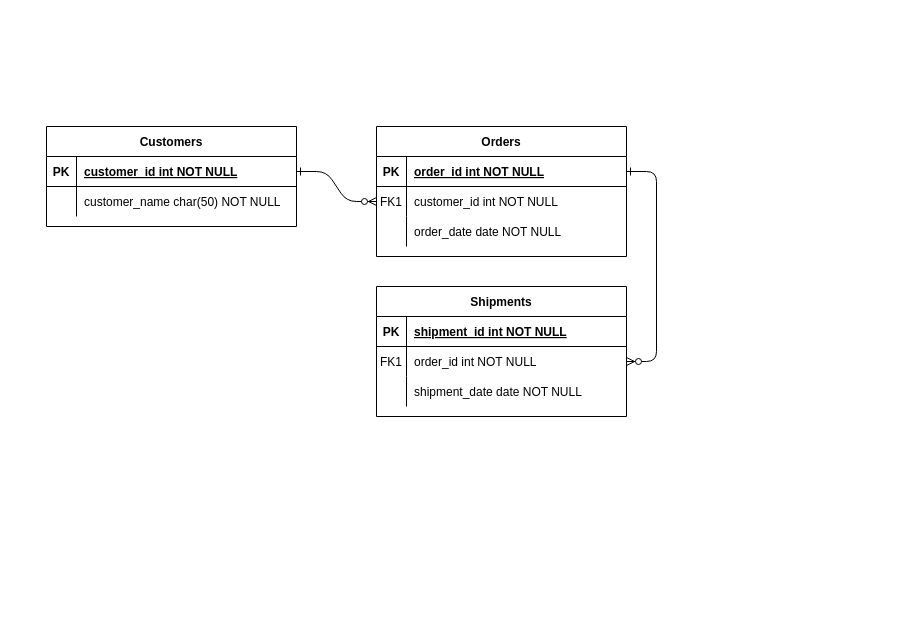
Before: techtrain.drawio in satohirok/twitter_clone_ER, a draw.io diagram. Source tidied: cells renumbered, new cells numbered last; positions are measured from the earlier drawing's top-left corner, leaving out a move shared by most shapes. Both pictures are drawn from the tidied source at 100%, with x=0, y=0 at pixel (46, 126).
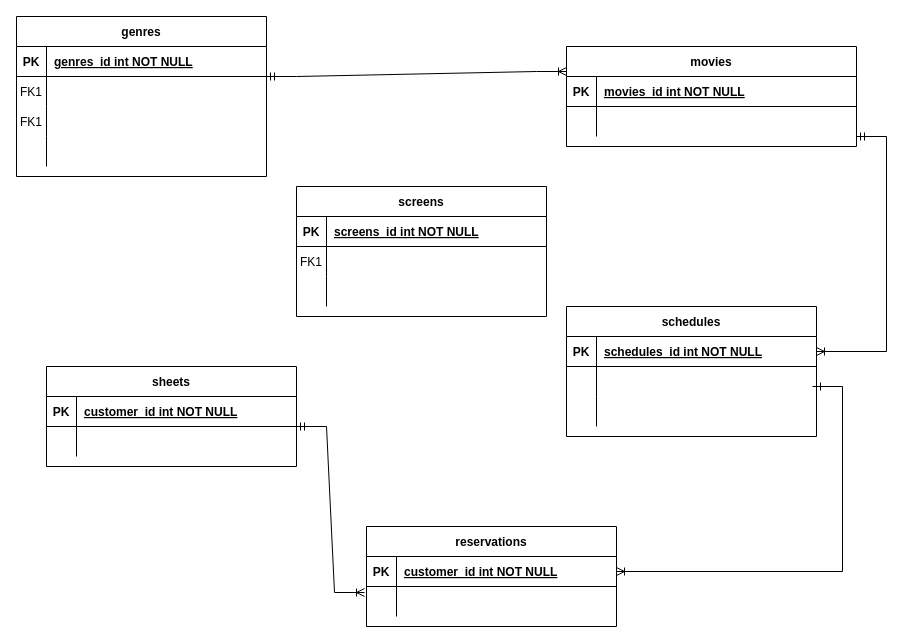
Above is the later version.

Commit message:
techtrain.drawio を更新します

Unchanged cells that the change refers to:
```xml
<mxCell id="5" style="shape=partialRectangle;fillColor=none;points=[[0,0.5],[1,0.5]];portConstraint=eastwest;top=0;left=0;right=0;bottom=1;" parent="4" vertex="1">
  <mxGeometry y="30" width="250" height="30" as="geometry" />
</mxCell>
<mxCell id="15" style="shape=partialRectangle;fillColor=none;top=0;left=0;right=0;bottom=1;" parent="14" vertex="1">
  <mxGeometry y="30" width="250" height="30" as="geometry" />
</mxCell>
<mxCell id="18" style="shape=partialRectangle;fillColor=none;points=[[0,0.5],[1,0.5]];portConstraint=eastwest;top=0;left=0;right=0;bottom=0;" parent="14" vertex="1">
  <mxGeometry y="60" width="250" height="30" as="geometry" />
</mxCell>
<mxCell id="21" style="shape=partialRectangle;fillColor=none;top=0;left=0;right=0;bottom=0;" parent="14" vertex="1">
  <mxGeometry y="90" width="250" height="30" as="geometry" />
</mxCell>
```

The edit, as a diff of the source:
```diff
@@
-    <mxCell id="2" style="edgeStyle=entityRelationEdgeStyle;endArrow=ERzeroToMany;startArrow=ERone;endFill=1;startFill=0;" parent="1" edge="1" source="25" target="8">
-      <mxGeometry relative="1" as="geometry" />
-    </mxCell>
-    <mxCell id="3" style="edgeStyle=entityRelationEdgeStyle;endArrow=ERzeroToMany;startArrow=ERone;endFill=1;startFill=0;" parent="1" edge="1" source="5" target="18">
-      <mxGeometry relative="1" as="geometry" />
-    </mxCell>
-    <mxCell id="4" value="Orders" style="shape=table;startSize=30;childLayout=tableLayout;rowLines=0;fontStyle=1;align=center;" parent="1" vertex="1">
-      <mxGeometry x="330" width="250" height="130" as="geometry" />
+    <mxCell id="4" value="genres" style="shape=table;startSize=30;childLayout=tableLayout;rowLines=0;fontStyle=1;align=center;" parent="1" vertex="1">
+      <mxGeometry x="-30" y="-110" width="250" height="160" as="geometry" />
     </mxCell>
@@
-    <mxCell id="7" value="order_id int NOT NULL " style="shape=partialRectangle;overflow=hidden;fillColor=none;top=0;left=0;bottom=0;right=0;align=left;spacingLeft=6;fontStyle=5;" parent="5" vertex="1">
+    <mxCell id="7" value="genres_id int NOT NULL " style="shape=partialRectangle;overflow=hidden;fillColor=none;top=0;left=0;bottom=0;right=0;align=left;spacingLeft=6;fontStyle=5;" parent="5" vertex="1">
       <mxGeometry x="30" width="220" height="30" as="geometry" />
     </mxCell>
+    <mxCell id="31" style="shape=partialRectangle;fillColor=none;top=0;left=0;right=0;bottom=0;" parent="4" vertex="1">
+      <mxGeometry y="60" width="250" height="30" as="geometry" />
+    </mxCell>
+    <mxCell id="32" value="FK1" style="shape=partialRectangle;overflow=hidden;fillColor=none;top=0;left=0;bottom=0;right=0;" parent="31" vertex="1">
+      <mxGeometry width="30" height="30" as="geometry" />
+    </mxCell>
+    <mxCell id="33" style="shape=partialRectangle;overflow=hidden;fillColor=none;top=0;left=0;bottom=0;right=0;align=left;spacingLeft=6;" parent="31" vertex="1">
+      <mxGeometry x="30" width="220" height="30" as="geometry" />
+    </mxCell>
     <mxCell id="8" style="shape=partialRectangle;fillColor=none;points=[[0,0.5],[1,0.5]];portConstraint=eastwest;top=0;left=0;right=0;bottom=0;" parent="4" vertex="1">
-      <mxGeometry y="60" width="250" height="30" as="geometry" />
+      <mxGeometry y="90" width="250" height="30" as="geometry" />
     </mxCell>
@@
-    <mxCell id="10" value="customer_id int NOT NULL" style="shape=partialRectangle;overflow=hidden;fillColor=none;top=0;left=0;bottom=0;right=0;align=left;spacingLeft=6;" parent="8" vertex="1">
+    <mxCell id="10" style="shape=partialRectangle;overflow=hidden;fillColor=none;top=0;left=0;bottom=0;right=0;align=left;spacingLeft=6;" parent="8" vertex="1">
       <mxGeometry x="30" width="220" height="30" as="geometry" />
     </mxCell>
     <mxCell id="11" style="shape=partialRectangle;fillColor=none;top=0;left=0;right=0;bottom=0;" parent="4" vertex="1">
-      <mxGeometry y="90" width="250" height="30" as="geometry" />
+      <mxGeometry y="120" width="250" height="30" as="geometry" />
     </mxCell>
@@
-    <mxCell id="13" value="order_date date NOT NULL" style="shape=partialRectangle;overflow=hidden;fillColor=none;top=0;left=0;bottom=0;right=0;align=left;spacingLeft=6;" parent="11" vertex="1">
+    <mxCell id="13" style="shape=partialRectangle;overflow=hidden;fillColor=none;top=0;left=0;bottom=0;right=0;align=left;spacingLeft=6;" parent="11" vertex="1">
       <mxGeometry x="30" width="220" height="30" as="geometry" />
     </mxCell>
-    <mxCell id="14" value="Shipments" style="shape=table;startSize=30;childLayout=tableLayout;rowLines=0;fontStyle=1;align=center;" parent="1" vertex="1">
-      <mxGeometry x="330" y="160" width="250" height="130" as="geometry" />
+    <mxCell id="14" value="screens" style="shape=table;startSize=30;childLayout=tableLayout;rowLines=0;fontStyle=1;align=center;" parent="1" vertex="1">
+      <mxGeometry x="250" y="60" width="250" height="130" as="geometry" />
     </mxCell>
@@
-    <mxCell id="17" value="shipment_id int NOT NULL " style="shape=partialRectangle;overflow=hidden;fillColor=none;top=0;left=0;bottom=0;right=0;align=left;spacingLeft=6;fontStyle=5;" parent="15" vertex="1">
+    <mxCell id="17" value="screens_id int NOT NULL " style="shape=partialRectangle;overflow=hidden;fillColor=none;top=0;left=0;bottom=0;right=0;align=left;spacingLeft=6;fontStyle=5;" parent="15" vertex="1">
       <mxGeometry x="30" width="220" height="30" as="geometry" />
     </mxCell>
@@
-    <mxCell id="20" value="order_id int NOT NULL" style="shape=partialRectangle;overflow=hidden;fillColor=none;top=0;left=0;bottom=0;right=0;align=left;spacingLeft=6;" parent="18" vertex="1">
+    <mxCell id="20" style="shape=partialRectangle;overflow=hidden;fillColor=none;top=0;left=0;bottom=0;right=0;align=left;spacingLeft=6;" parent="18" vertex="1">
       <mxGeometry x="30" width="220" height="30" as="geometry" />
     </mxCell>
@@
-    <mxCell id="23" value="shipment_date date NOT NULL" style="shape=partialRectangle;overflow=hidden;fillColor=none;top=0;left=0;bottom=0;right=0;align=left;spacingLeft=6;" parent="21" vertex="1">
+    <mxCell id="23" style="shape=partialRectangle;overflow=hidden;fillColor=none;top=0;left=0;bottom=0;right=0;align=left;spacingLeft=6;" parent="21" vertex="1">
       <mxGeometry x="30" width="220" height="30" as="geometry" />
     </mxCell>
-    <mxCell id="24" value="Customers" style="shape=table;startSize=30;childLayout=tableLayout;rowLines=0;fontStyle=1;align=center;" parent="1" vertex="1">
-      <mxGeometry width="250" height="100" as="geometry" />
+    <mxCell id="24" value="movies" style="shape=table;startSize=30;childLayout=tableLayout;rowLines=0;fontStyle=1;align=center;" parent="1" vertex="1">
+      <mxGeometry x="520" y="-80" width="290" height="100" as="geometry" />
     </mxCell>
     <mxCell id="25" style="shape=partialRectangle;fillColor=none;points=[[0,0.5],[1,0.5]];portConstraint=eastwest;top=0;left=0;right=0;bottom=1;" parent="24" vertex="1">
-      <mxGeometry y="30" width="250" height="30" as="geometry" />
+      <mxGeometry y="30" width="290" height="30" as="geometry" />
     </mxCell>
@@
-    <mxCell id="27" value="customer_id int NOT NULL " style="shape=partialRectangle;overflow=hidden;fillColor=none;top=0;left=0;bottom=0;right=0;align=left;spacingLeft=6;fontStyle=5;" parent="25" vertex="1">
-      <mxGeometry x="30" width="220" height="30" as="geometry" />
+    <mxCell id="27" value="movies_id int NOT NULL " style="shape=partialRectangle;overflow=hidden;fillColor=none;top=0;left=0;bottom=0;right=0;align=left;spacingLeft=6;fontStyle=5;" parent="25" vertex="1">
+      <mxGeometry x="30" width="260" height="30" as="geometry" />
     </mxCell>
     <mxCell id="28" style="shape=partialRectangle;fillColor=none;top=0;left=0;right=0;bottom=0;" parent="24" vertex="1">
-      <mxGeometry y="60" width="250" height="30" as="geometry" />
+      <mxGeometry y="60" width="290" height="30" as="geometry" />
     </mxCell>
@@
-    <mxCell id="30" value="customer_name char(50) NOT NULL" style="shape=partialRectangle;overflow=hidden;fillColor=none;top=0;left=0;bottom=0;right=0;align=left;spacingLeft=6;" parent="28" vertex="1">
-      <mxGeometry x="30" width="220" height="30" as="geometry" />
+    <mxCell id="30" style="shape=partialRectangle;overflow=hidden;fillColor=none;top=0;left=0;bottom=0;right=0;align=left;spacingLeft=6;" parent="28" vertex="1">
+      <mxGeometry x="30" width="260" height="30" as="geometry" />
     </mxCell>
+    <mxCell id="34" value="reservations" style="shape=table;startSize=30;childLayout=tableLayout;rowLines=0;fontStyle=1;align=center;" parent="1" vertex="1">
+      <mxGeometry x="320" y="400" width="250" height="100" as="geometry" />
+    </mxCell>
+    <mxCell id="35" style="shape=partialRectangle;fillColor=none;points=[[0,0.5],[1,0.5]];portConstraint=eastwest;top=0;left=0;right=0;bottom=1;" parent="34" vertex="1">
+      <mxGeometry y="30" width="250" height="30" as="geometry" />
+    </mxCell>
+    <mxCell id="36" value="PK" style="shape=partialRectangle;overflow=hidden;fillColor=none;top=0;left=0;bottom=0;right=0;fontStyle=1;" parent="35" vertex="1">
+      <mxGeometry width="30" height="30" as="geometry" />
+    </mxCell>
+    <mxCell id="37" value="customer_id int NOT NULL " style="shape=partialRectangle;overflow=hidden;fillColor=none;top=0;left=0;bottom=0;right=0;align=left;spacingLeft=6;fontStyle=5;" parent="35" vertex="1">
+      <mxGeometry x="30" width="220" height="30" as="geometry" />
+    </mxCell>
+    <mxCell id="38" style="shape=partialRectangle;fillColor=none;points=[[0,0.5],[1,0.5]];portConstraint=eastwest;top=0;left=0;right=0;bottom=0;" parent="34" vertex="1">
+      <mxGeometry y="60" width="250" height="30" as="geometry" />
+    </mxCell>
+    <mxCell id="39" style="shape=partialRectangle;overflow=hidden;fillColor=none;top=0;left=0;bottom=0;right=0;" parent="38" vertex="1">
+      <mxGeometry width="30" height="30" as="geometry" />
+    </mxCell>
+    <mxCell id="40" style="shape=partialRectangle;overflow=hidden;fillColor=none;top=0;left=0;bottom=0;right=0;align=left;spacingLeft=6;" parent="38" vertex="1">
+      <mxGeometry x="30" width="220" height="30" as="geometry" />
+    </mxCell>
+    <mxCell id="41" value="sheets" style="shape=table;startSize=30;childLayout=tableLayout;rowLines=0;fontStyle=1;align=center;" parent="1" vertex="1">
+      <mxGeometry y="240" width="250" height="100" as="geometry" />
+    </mxCell>
+    <mxCell id="42" style="shape=partialRectangle;fillColor=none;top=0;left=0;right=0;bottom=1;" parent="41" vertex="1">
+      <mxGeometry y="30" width="250" height="30" as="geometry" />
+    </mxCell>
+    <mxCell id="43" value="PK" style="shape=partialRectangle;overflow=hidden;fillColor=none;top=0;left=0;bottom=0;right=0;fontStyle=1;" parent="42" vertex="1">
+      <mxGeometry width="30" height="30" as="geometry" />
+    </mxCell>
+    <mxCell id="44" value="customer_id int NOT NULL " style="shape=partialRectangle;overflow=hidden;fillColor=none;top=0;left=0;bottom=0;right=0;align=left;spacingLeft=6;fontStyle=5;" parent="42" vertex="1">
+      <mxGeometry x="30" width="220" height="30" as="geometry" />
+    </mxCell>
+    <mxCell id="45" style="shape=partialRectangle;fillColor=none;top=0;left=0;right=0;bottom=0;" parent="41" vertex="1">
+      <mxGeometry y="60" width="250" height="30" as="geometry" />
+    </mxCell>
+    <mxCell id="46" style="shape=partialRectangle;overflow=hidden;fillColor=none;top=0;left=0;bottom=0;right=0;" parent="45" vertex="1">
+      <mxGeometry width="30" height="30" as="geometry" />
+    </mxCell>
+    <mxCell id="47" style="shape=partialRectangle;overflow=hidden;fillColor=none;top=0;left=0;bottom=0;right=0;align=left;spacingLeft=6;" parent="45" vertex="1">
+      <mxGeometry x="30" width="220" height="30" as="geometry" />
+    </mxCell>
+    <mxCell id="48" value="schedules" style="shape=table;startSize=30;childLayout=tableLayout;rowLines=0;fontStyle=1;align=center;" parent="1" vertex="1">
+      <mxGeometry x="520" y="180" width="250" height="130" as="geometry" />
+    </mxCell>
+    <mxCell id="49" style="shape=partialRectangle;fillColor=none;points=[[0,0.5],[1,0.5]];portConstraint=eastwest;top=0;left=0;right=0;bottom=1;" parent="48" vertex="1">
+      <mxGeometry y="30" width="250" height="30" as="geometry" />
+    </mxCell>
+    <mxCell id="50" value="PK" style="shape=partialRectangle;overflow=hidden;fillColor=none;top=0;left=0;bottom=0;right=0;fontStyle=1;" parent="49" vertex="1">
+      <mxGeometry width="30" height="30" as="geometry" />
+    </mxCell>
+    <mxCell id="51" value="schedules_id int NOT NULL " style="shape=partialRectangle;overflow=hidden;fillColor=none;top=0;left=0;bottom=0;right=0;align=left;spacingLeft=6;fontStyle=5;" parent="49" vertex="1">
+      <mxGeometry x="30" width="220" height="30" as="geometry" />
+    </mxCell>
+    <mxCell id="52" style="shape=partialRectangle;fillColor=none;top=0;left=0;right=0;bottom=0;" parent="48" vertex="1">
+      <mxGeometry y="60" width="250" height="30" as="geometry" />
+    </mxCell>
+    <mxCell id="53" style="shape=partialRectangle;overflow=hidden;fillColor=none;top=0;left=0;bottom=0;right=0;" parent="52" vertex="1">
+      <mxGeometry width="30" height="30" as="geometry" />
+    </mxCell>
+    <mxCell id="54" style="shape=partialRectangle;overflow=hidden;fillColor=none;top=0;left=0;bottom=0;right=0;align=left;spacingLeft=6;" parent="52" vertex="1">
+      <mxGeometry x="30" width="220" height="30" as="geometry" />
+    </mxCell>
+    <mxCell id="55" style="shape=partialRectangle;fillColor=none;top=0;left=0;right=0;bottom=0;" parent="48" vertex="1">
+      <mxGeometry y="90" width="250" height="30" as="geometry" />
+    </mxCell>
+    <mxCell id="56" style="shape=partialRectangle;overflow=hidden;fillColor=none;top=0;left=0;bottom=0;right=0;" parent="55" vertex="1">
+      <mxGeometry width="30" height="30" as="geometry" />
+    </mxCell>
+    <mxCell id="57" style="shape=partialRectangle;overflow=hidden;fillColor=none;top=0;left=0;bottom=0;right=0;align=left;spacingLeft=6;" parent="55" vertex="1">
+      <mxGeometry x="30" width="220" height="30" as="geometry" />
+    </mxCell>
+    <mxCell id="58" style="edgeStyle=entityRelationEdgeStyle;fontSize=12;html=1;endArrow=ERoneToMany;startArrow=ERmandOne;rounded=0;entryX=0;entryY=0.25;entryDx=0;entryDy=0;" parent="1" edge="1" target="24">
+      <mxGeometry relative="1" as="geometry">
+        <mxPoint x="220" y="-50" as="sourcePoint" />
+      </mxGeometry>
+    </mxCell>
+    <mxCell id="59" style="edgeStyle=entityRelationEdgeStyle;fontSize=12;html=1;endArrow=ERoneToMany;startArrow=ERmandOne;rounded=0;" parent="1" edge="1" target="49">
+      <mxGeometry relative="1" as="geometry">
+        <mxPoint x="810" y="10" as="sourcePoint" />
+        <Array as="points">
+          <mxPoint x="620" y="40" />
+          <mxPoint x="570" y="30" />
+        </Array>
+      </mxGeometry>
+    </mxCell>
+    <mxCell id="60" style="edgeStyle=entityRelationEdgeStyle;fontSize=12;html=1;endArrow=ERoneToMany;startArrow=ERmandOne;rounded=0;entryX=1;entryY=0.5;entryDx=0;entryDy=0;" parent="1" edge="1" target="35">
+      <mxGeometry relative="1" as="geometry">
+        <mxPoint x="766" y="260" as="sourcePoint" />
+        <Array as="points">
+          <mxPoint x="566" y="65" />
+          <mxPoint x="616" y="75" />
+        </Array>
+      </mxGeometry>
+    </mxCell>
+    <mxCell id="61" style="edgeStyle=entityRelationEdgeStyle;fontSize=12;html=1;endArrow=ERoneToMany;startArrow=ERmandOne;rounded=0;entryX=-0.008;entryY=0.2;entryDx=0;entryDy=0;entryPerimeter=0;" parent="1" edge="1" target="38">
+      <mxGeometry relative="1" as="geometry">
+        <mxPoint x="250" y="300" as="sourcePoint" />
+        <Array as="points">
+          <mxPoint x="50" y="105" />
+          <mxPoint x="70" y="360" />
+          <mxPoint x="100" y="115" />
+        </Array>
+      </mxGeometry>
+    </mxCell>
+    <mxCell id="62" style="edgeStyle=none;rounded=0;orthogonalLoop=1;jettySize=auto;html=1;exitX=0.75;exitY=0;exitDx=0;exitDy=0;" parent="1" edge="1" source="14" target="14">
+      <mxGeometry relative="1" as="geometry" />
+    </mxCell>
```
